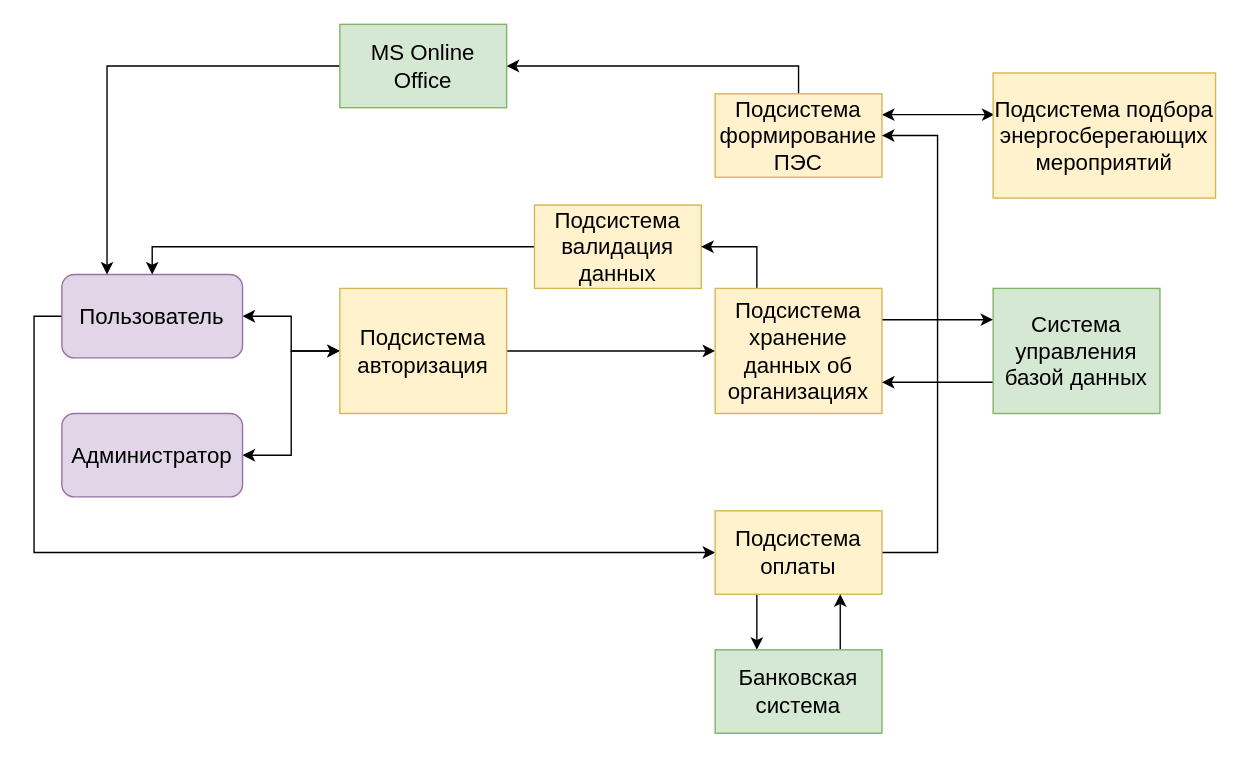
The draw.io diagram page "Общая структура" (9 of 10) of Диаграмки.drawio in Infoboros/bachelors-degree, before the edit. Source tidied: cells renumbered, new cells numbered last; positions are measured from the earlier drawing's top-left corner, leaving out a move shared by most shapes. Both pictures are drawn from the tidied source at 139%, with x=0, y=0 at pixel (61, 24).
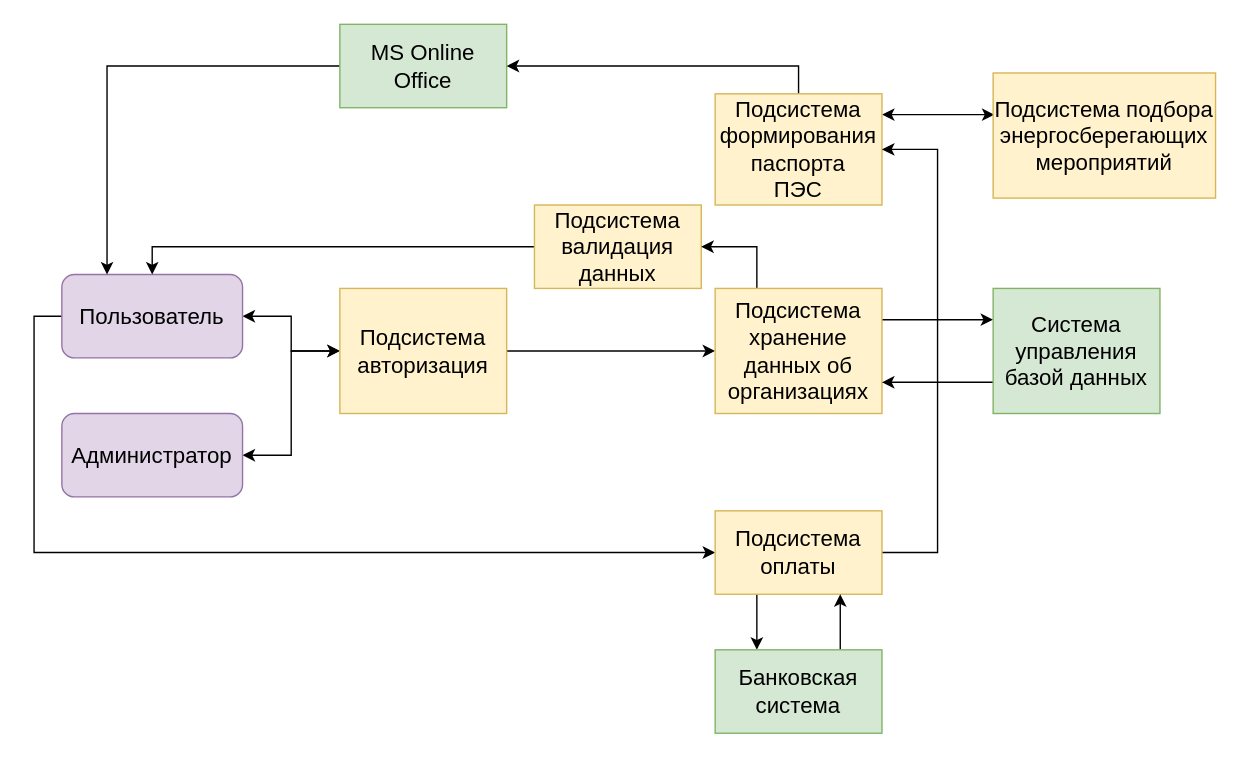
The same page after the edit.

Unchanged cells that the change refers to:
```xml
<mxCell id="21" value="Подсистема оплаты" style="rounded=0;whiteSpace=wrap;html=1;fontSize=16;fillColor=#fff2cc;strokeColor=#d6b656;" parent="1" vertex="1">
  <mxGeometry x="470" y="350" width="120" height="60" as="geometry" />
</mxCell>
<mxCell id="26" value="Подсистема подбора энергосберегающих мероприятий" style="rounded=0;whiteSpace=wrap;html=1;fontSize=16;fillColor=#fff2cc;strokeColor=#d6b656;" parent="1" vertex="1">
  <mxGeometry x="670" y="35" width="160" height="90" as="geometry" />
</mxCell>
```

Change to the diagram source:
```diff
@@
-    <mxCell id="10" style="edgeStyle=orthogonalEdgeStyle;rounded=0;jettySize=auto;html=1;exitX=1;exitY=0.25;exitDx=0;exitDy=0;entryX=0.006;entryY=0.333;entryDx=0;entryDy=0;entryPerimeter=0;fontSize=16;startArrow=classic;startFill=1;endArrow=classic;endFill=1;" parent="1" edge="1" source="11" target="26">
+    <mxCell id="10" style="edgeStyle=orthogonalEdgeStyle;rounded=0;jettySize=auto;html=1;exitX=1;exitY=0.187;exitDx=0;exitDy=0;entryX=0.006;entryY=0.333;entryDx=0;entryDy=0;entryPerimeter=0;fontSize=16;startArrow=classic;startFill=1;endArrow=classic;endFill=1;exitPerimeter=0;" parent="1" edge="1" source="11" target="26">
       <mxGeometry relative="1" as="geometry" />
     </mxCell>
-    <mxCell id="11" value="Подсистема&lt;br&gt;формирование ПЭС" style="rounded=0;whiteSpace=wrap;html=1;fontSize=16;fillColor=#fff2cc;strokeColor=#d6b656;" parent="1" vertex="1">
-      <mxGeometry x="470" y="50" width="120" height="60" as="geometry" />
+    <mxCell id="11" value="Подсистема&lt;br&gt;формирования&lt;br&gt;паспорта&lt;br&gt;ПЭС" style="rounded=0;whiteSpace=wrap;html=1;fontSize=16;fillColor=#fff2cc;strokeColor=#d6b656;" parent="1" vertex="1">
+      <mxGeometry x="470" y="50" width="120" height="80" as="geometry" />
     </mxCell>
@@
-    <mxCell id="20" style="edgeStyle=orthogonalEdgeStyle;rounded=0;jettySize=auto;html=1;exitX=1;exitY=0.5;exitDx=0;exitDy=0;fontSize=16;startArrow=none;startFill=0;endArrow=classic;endFill=1;entryX=1;entryY=0.5;entryDx=0;entryDy=0;" parent="1" edge="1" source="21" target="11">
+    <mxCell id="20" style="edgeStyle=orthogonalEdgeStyle;rounded=0;jettySize=auto;html=1;exitX=1;exitY=0.5;exitDx=0;exitDy=0;fontSize=16;startArrow=none;startFill=0;endArrow=classic;endFill=1;" parent="1" edge="1" source="21">
       <mxGeometry relative="1" as="geometry">
+        <mxPoint x="590" y="90" as="targetPoint" />
         <Array as="points">
           <mxPoint x="630" y="380" />
-          <mxPoint x="630" y="80" />
+          <mxPoint x="630" y="90" />
         </Array>
       </mxGeometry>
     </mxCell>
```
